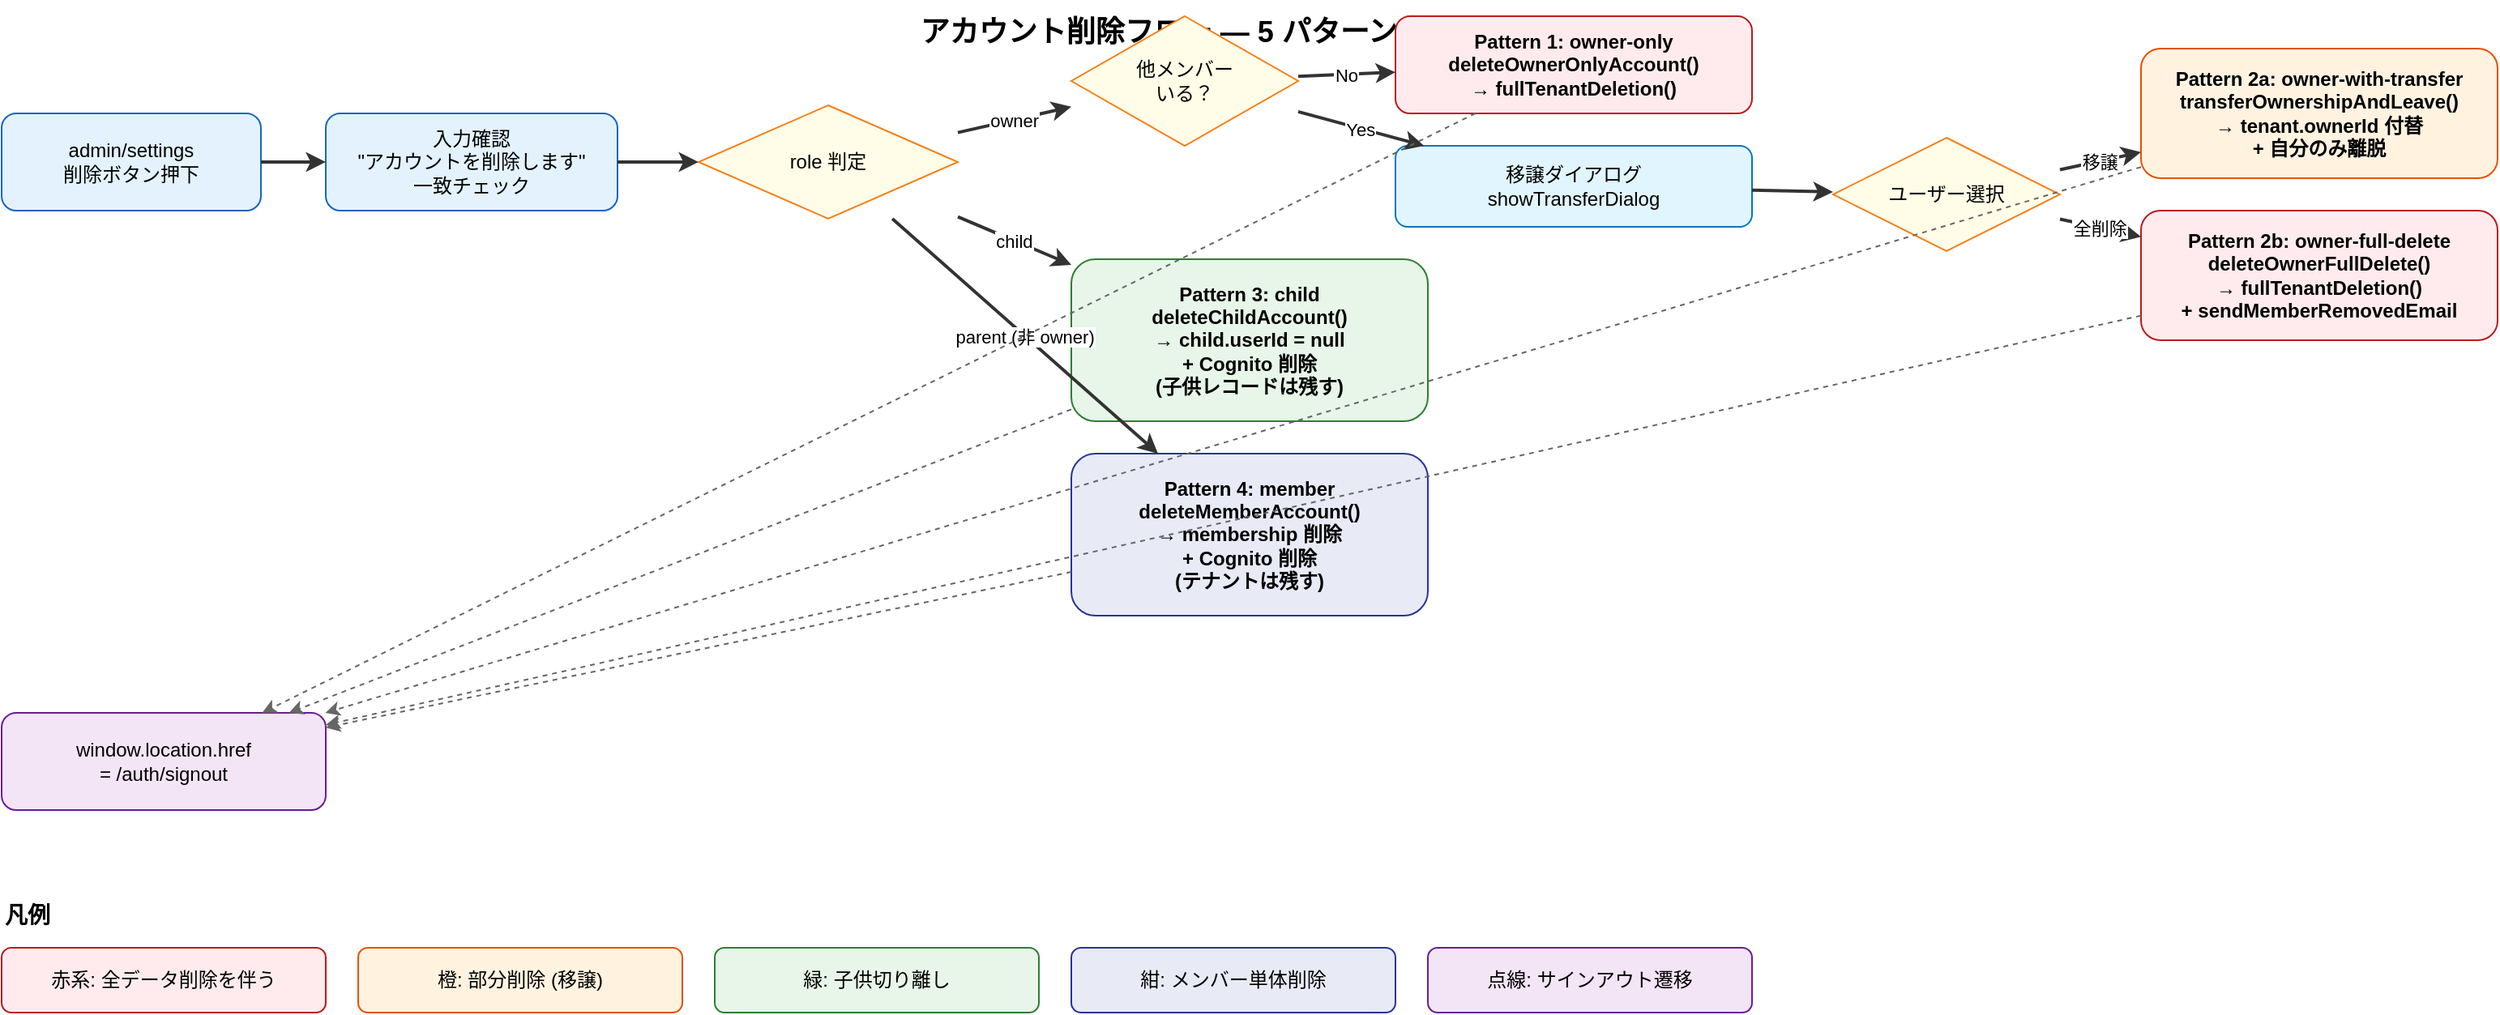
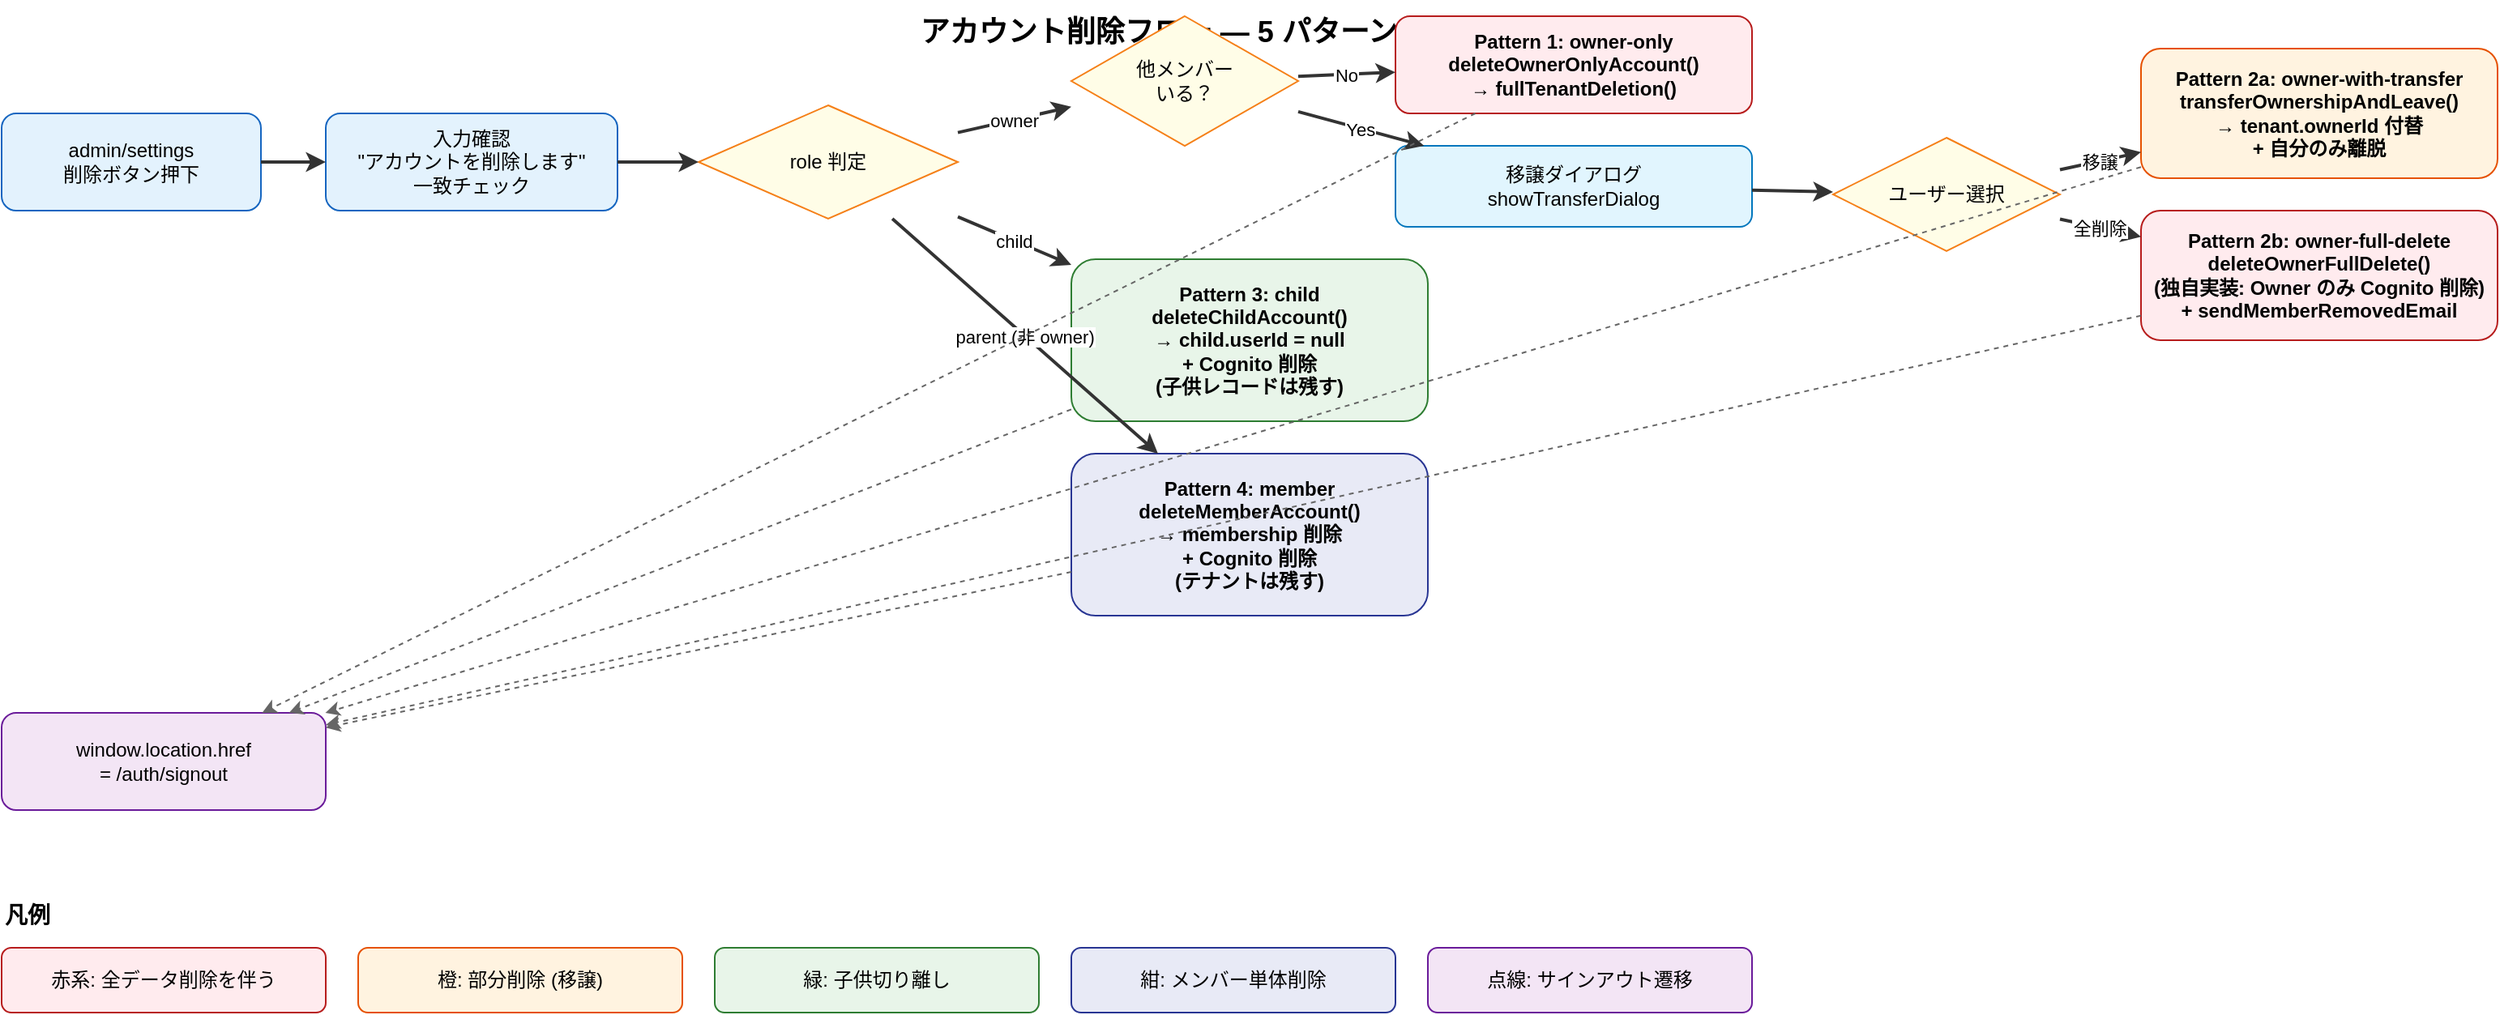
<mxfile host="app.diagrams.net" modified="2026-04-11" agent="Claude" version="24.0.0" type="device">
  <diagram id="patterns" name="1. Deletion Patterns">
    <mxGraphModel dx="1422" dy="900" grid="1" gridSize="10" guides="1" tooltips="1" connect="1" arrows="1" fold="1" page="1" pageScale="1" pageWidth="1600" pageHeight="1100" math="0" shadow="0">
      <root>
        <mxCell id="0" />
        <mxCell id="1" parent="0" />

        <mxCell id="title" value="アカウント削除フロー — 5 パターン分岐 (#746)" style="text;html=1;align=center;verticalAlign=middle;resizable=0;points=[];autosize=1;strokeColor=none;fillColor=none;fontSize=18;fontStyle=1;" vertex="1" parent="1">
          <mxGeometry x="450" y="10" width="700" height="40" as="geometry" />
        </mxCell>

        <!-- Entry: settings page -->
        <mxCell id="entry" value="admin/settings&#xa;削除ボタン押下" style="rounded=1;whiteSpace=wrap;html=1;fillColor=#E3F2FD;strokeColor=#1565C0;" vertex="1" parent="1">
          <mxGeometry x="40" y="80" width="160" height="60" as="geometry" />
        </mxCell>

        <mxCell id="confirm" value="入力確認&#xa;&quot;アカウントを削除します&quot;&#xa;一致チェック" style="rounded=1;whiteSpace=wrap;html=1;fillColor=#E3F2FD;strokeColor=#1565C0;" vertex="1" parent="1">
          <mxGeometry x="240" y="80" width="180" height="60" as="geometry" />
        </mxCell>

        <mxCell id="role" value="role 判定" style="shape=rhombus;whiteSpace=wrap;html=1;fillColor=#FFFDE7;strokeColor=#F57F17;" vertex="1" parent="1">
          <mxGeometry x="470" y="75" width="160" height="70" as="geometry" />
        </mxCell>

        <mxCell id="entry-e1" style="strokeColor=#333;strokeWidth=2;" edge="1" source="entry" target="confirm" parent="1"><mxGeometry relative="1" as="geometry" /></mxCell>
        <mxCell id="entry-e2" style="strokeColor=#333;strokeWidth=2;" edge="1" source="confirm" target="role" parent="1"><mxGeometry relative="1" as="geometry" /></mxCell>

        <!-- Owner branch -->
        <mxCell id="owner-only-check" value="他メンバー&#xa;いる？" style="shape=rhombus;whiteSpace=wrap;html=1;fillColor=#FFFDE7;strokeColor=#F57F17;" vertex="1" parent="1">
          <mxGeometry x="700" y="20" width="140" height="80" as="geometry" />
        </mxCell>

        <mxCell id="role-owner" value="owner" style="strokeColor=#333;strokeWidth=2;" edge="1" source="role" target="owner-only-check" parent="1"><mxGeometry relative="1" as="geometry" /></mxCell>

        <!-- Pattern 1: owner-only -->
        <mxCell id="p1" value="Pattern 1: owner-only&#xa;deleteOwnerOnlyAccount()&#xa;→ fullTenantDeletion()" style="rounded=1;whiteSpace=wrap;html=1;fillColor=#FFEBEE;strokeColor=#B71C1C;fontStyle=1;" vertex="1" parent="1">
          <mxGeometry x="900" y="20" width="220" height="60" as="geometry" />
        </mxCell>
        <mxCell id="p1-edge" value="No" style="strokeColor=#333;strokeWidth=2;" edge="1" source="owner-only-check" target="p1" parent="1"><mxGeometry relative="1" as="geometry" /></mxCell>

        <!-- Pattern 2: transfer dialog -->
        <mxCell id="dialog" value="移譲ダイアログ&#xa;showTransferDialog" style="rounded=1;whiteSpace=wrap;html=1;fillColor=#E1F5FE;strokeColor=#0277BD;" vertex="1" parent="1">
          <mxGeometry x="900" y="100" width="220" height="50" as="geometry" />
        </mxCell>
        <mxCell id="dialog-edge" value="Yes" style="strokeColor=#333;strokeWidth=2;" edge="1" source="owner-only-check" target="dialog" parent="1"><mxGeometry relative="1" as="geometry" /></mxCell>

        <mxCell id="choice" value="ユーザー選択" style="shape=rhombus;whiteSpace=wrap;html=1;fillColor=#FFFDE7;strokeColor=#F57F17;" vertex="1" parent="1">
          <mxGeometry x="1170" y="95" width="140" height="70" as="geometry" />
        </mxCell>
        <mxCell id="choice-edge" style="strokeColor=#333;strokeWidth=2;" edge="1" source="dialog" target="choice" parent="1"><mxGeometry relative="1" as="geometry" /></mxCell>

        <!-- Pattern 2a: transfer -->
        <mxCell id="p2a" value="Pattern 2a: owner-with-transfer&#xa;transferOwnershipAndLeave()&#xa;→ tenant.ownerId 付替&#xa;+ 自分のみ離脱" style="rounded=1;whiteSpace=wrap;html=1;fillColor=#FFF3E0;strokeColor=#E65100;fontStyle=1;" vertex="1" parent="1">
          <mxGeometry x="1360" y="40" width="220" height="80" as="geometry" />
        </mxCell>
        <mxCell id="p2a-edge" value="移譲" style="strokeColor=#333;strokeWidth=2;" edge="1" source="choice" target="p2a" parent="1"><mxGeometry relative="1" as="geometry" /></mxCell>

        <!-- Pattern 2b: full delete -->
-         <mxCell id="p2b" value="Pattern 2b: owner-full-delete&#xa;deleteOwnerFullDelete()&#xa;→ fullTenantDeletion()&#xa;+ sendMemberRemovedEmail" style="rounded=1;whiteSpace=wrap;html=1;fillColor=#FFEBEE;strokeColor=#B71C1C;fontStyle=1;" vertex="1" parent="1">
+         <mxCell id="p2b" value="Pattern 2b: owner-full-delete&#xa;deleteOwnerFullDelete()&#xa;(独自実装: Owner のみ Cognito 削除)&#xa;+ sendMemberRemovedEmail" style="rounded=1;whiteSpace=wrap;html=1;fillColor=#FFEBEE;strokeColor=#B71C1C;fontStyle=1;" vertex="1" parent="1">
          <mxGeometry x="1360" y="140" width="220" height="80" as="geometry" />
        </mxCell>
        <mxCell id="p2b-edge" value="全削除" style="strokeColor=#333;strokeWidth=2;" edge="1" source="choice" target="p2b" parent="1"><mxGeometry relative="1" as="geometry" /></mxCell>

        <!-- Pattern 3: child -->
        <mxCell id="p3" value="Pattern 3: child&#xa;deleteChildAccount()&#xa;→ child.userId = null&#xa;+ Cognito 削除&#xa;(子供レコードは残す)" style="rounded=1;whiteSpace=wrap;html=1;fillColor=#E8F5E9;strokeColor=#2E7D32;fontStyle=1;" vertex="1" parent="1">
          <mxGeometry x="700" y="170" width="220" height="100" as="geometry" />
        </mxCell>
        <mxCell id="p3-edge" value="child" style="strokeColor=#333;strokeWidth=2;" edge="1" source="role" target="p3" parent="1"><mxGeometry relative="1" as="geometry" /></mxCell>

        <!-- Pattern 4: member -->
        <mxCell id="p4" value="Pattern 4: member&#xa;deleteMemberAccount()&#xa;→ membership 削除&#xa;+ Cognito 削除&#xa;(テナントは残す)" style="rounded=1;whiteSpace=wrap;html=1;fillColor=#E8EAF6;strokeColor=#283593;fontStyle=1;" vertex="1" parent="1">
          <mxGeometry x="700" y="290" width="220" height="100" as="geometry" />
        </mxCell>
        <mxCell id="p4-edge" value="parent (非 owner)" style="strokeColor=#333;strokeWidth=2;" edge="1" source="role" target="p4" parent="1"><mxGeometry relative="1" as="geometry" /></mxCell>

        <!-- Common end -->
        <mxCell id="signout" value="window.location.href&#xa;= /auth/signout" style="rounded=1;whiteSpace=wrap;html=1;fillColor=#F3E5F5;strokeColor=#6A1B9A;" vertex="1" parent="1">
          <mxGeometry x="40" y="450" width="200" height="60" as="geometry" />
        </mxCell>

        <mxCell id="end1" style="strokeColor=#666;strokeWidth=1;dashed=1;" edge="1" source="p1" target="signout" parent="1"><mxGeometry relative="1" as="geometry" /></mxCell>
        <mxCell id="end2a" style="strokeColor=#666;strokeWidth=1;dashed=1;" edge="1" source="p2a" target="signout" parent="1"><mxGeometry relative="1" as="geometry" /></mxCell>
        <mxCell id="end2b" style="strokeColor=#666;strokeWidth=1;dashed=1;" edge="1" source="p2b" target="signout" parent="1"><mxGeometry relative="1" as="geometry" /></mxCell>
        <mxCell id="end3" style="strokeColor=#666;strokeWidth=1;dashed=1;" edge="1" source="p3" target="signout" parent="1"><mxGeometry relative="1" as="geometry" /></mxCell>
        <mxCell id="end4" style="strokeColor=#666;strokeWidth=1;dashed=1;" edge="1" source="p4" target="signout" parent="1"><mxGeometry relative="1" as="geometry" /></mxCell>

        <!-- Legend -->
        <mxCell id="legend-title" value="凡例" style="text;html=1;align=left;verticalAlign=middle;strokeColor=none;fillColor=none;fontSize=14;fontStyle=1;" vertex="1" parent="1">
          <mxGeometry x="40" y="560" width="100" height="30" as="geometry" />
        </mxCell>
        <mxCell id="leg1" value="赤系: 全データ削除を伴う" style="rounded=1;whiteSpace=wrap;html=1;fillColor=#FFEBEE;strokeColor=#B71C1C;" vertex="1" parent="1">
          <mxGeometry x="40" y="595" width="200" height="40" as="geometry" />
        </mxCell>
        <mxCell id="leg2" value="橙: 部分削除 (移譲)" style="rounded=1;whiteSpace=wrap;html=1;fillColor=#FFF3E0;strokeColor=#E65100;" vertex="1" parent="1">
          <mxGeometry x="260" y="595" width="200" height="40" as="geometry" />
        </mxCell>
        <mxCell id="leg3" value="緑: 子供切り離し" style="rounded=1;whiteSpace=wrap;html=1;fillColor=#E8F5E9;strokeColor=#2E7D32;" vertex="1" parent="1">
          <mxGeometry x="480" y="595" width="200" height="40" as="geometry" />
        </mxCell>
        <mxCell id="leg4" value="紺: メンバー単体削除" style="rounded=1;whiteSpace=wrap;html=1;fillColor=#E8EAF6;strokeColor=#283593;" vertex="1" parent="1">
          <mxGeometry x="700" y="595" width="200" height="40" as="geometry" />
        </mxCell>
        <mxCell id="leg5" value="点線: サインアウト遷移" style="rounded=1;whiteSpace=wrap;html=1;fillColor=#F3E5F5;strokeColor=#6A1B9A;" vertex="1" parent="1">
          <mxGeometry x="920" y="595" width="200" height="40" as="geometry" />
        </mxCell>
      </root>
    </mxGraphModel>
  </diagram>

  <diagram id="full-tenant-deletion" name="2. fullTenantDeletion Order">
    <mxGraphModel dx="1422" dy="900" grid="1" gridSize="10" guides="1" tooltips="1" connect="1" arrows="1" fold="1" page="1" pageScale="1" pageWidth="1169" pageHeight="827" math="0" shadow="0">
      <root>
        <mxCell id="0" />
        <mxCell id="1" parent="0" />

-         <mxCell id="title2" value="fullTenantDeletion 実行順序 (ADR-0022 / #741)" style="text;html=1;align=center;verticalAlign=middle;resizable=0;points=[];autosize=1;strokeColor=none;fillColor=none;fontSize=18;fontStyle=1;" vertex="1" parent="1">
+         <mxCell id="title2" value="fullTenantDeletion 実行順序 — Pattern 1 のみ (ADR-0022 / #741)" style="text;html=1;align=center;verticalAlign=middle;resizable=0;points=[];autosize=1;strokeColor=none;fillColor=none;fontSize=18;fontStyle=1;" vertex="1" parent="1">
          <mxGeometry x="280" y="10" width="600" height="40" as="geometry" />
        </mxCell>

        <mxCell id="note" value="重要: Stripe キャンセルが先。失敗したら throw して以降のステップは走らない。&#xa;逆順だと「課金は継続しているのにテナントが消滅して問い合わせ窓口を失う」事故になる。" style="text;html=1;align=left;verticalAlign=middle;strokeColor=#B71C1C;fillColor=#FFEBEE;fontSize=11;" vertex="1" parent="1">
          <mxGeometry x="40" y="60" width="1080" height="50" as="geometry" />
        </mxCell>

        <mxCell id="s0" value="0. cancelSubscription(tenantId)&#xa;Stripe Subscription キャンセル" style="rounded=1;whiteSpace=wrap;html=1;fillColor=#FFEBEE;strokeColor=#B71C1C;fontStyle=1;" vertex="1" parent="1">
          <mxGeometry x="40" y="140" width="240" height="60" as="geometry" />
        </mxCell>
        <mxCell id="s0-fail" value="失敗 → throw&#xa;DB は無傷" style="rounded=1;whiteSpace=wrap;html=1;fillColor=#FFFDE7;strokeColor=#F57F17;" vertex="1" parent="1">
          <mxGeometry x="320" y="145" width="160" height="50" as="geometry" />
        </mxCell>
        <mxCell id="s0-fail-edge" value="error" style="strokeColor=#B71C1C;strokeWidth=2;dashed=1;" edge="1" source="s0" target="s0-fail" parent="1"><mxGeometry relative="1" as="geometry" /></mxCell>

        <mxCell id="s1" value="1. S3 削除&#xa;tenants/{tenantId}/" style="rounded=1;whiteSpace=wrap;html=1;fillColor=#E3F2FD;strokeColor=#1565C0;" vertex="1" parent="1">
          <mxGeometry x="40" y="230" width="240" height="50" as="geometry" />
        </mxCell>
        <mxCell id="s1-edge" style="strokeColor=#333;strokeWidth=2;" edge="1" source="s0" target="s1" parent="1"><mxGeometry relative="1" as="geometry" /></mxCell>

        <mxCell id="s2" value="2. deleteTenantScopedData&#xa;activities / viewerTokens / cloudExports&#xa;/ pushSubscriptions / voice" style="rounded=1;whiteSpace=wrap;html=1;fillColor=#E3F2FD;strokeColor=#1565C0;" vertex="1" parent="1">
          <mxGeometry x="40" y="300" width="240" height="80" as="geometry" />
        </mxCell>
        <mxCell id="s2-edge" style="strokeColor=#333;strokeWidth=2;" edge="1" source="s1" target="s2" parent="1"><mxGeometry relative="1" as="geometry" /></mxCell>

        <mxCell id="s3" value="3. deleteAllChildrenData" style="rounded=1;whiteSpace=wrap;html=1;fillColor=#E3F2FD;strokeColor=#1565C0;" vertex="1" parent="1">
          <mxGeometry x="40" y="400" width="240" height="50" as="geometry" />
        </mxCell>
        <mxCell id="s3-edge" style="strokeColor=#333;strokeWidth=2;" edge="1" source="s2" target="s3" parent="1"><mxGeometry relative="1" as="geometry" /></mxCell>

        <mxCell id="s4" value="4. members の Cognito 削除&#xa;+ DB ユーザー削除 (auth.deleteUser)" style="rounded=1;whiteSpace=wrap;html=1;fillColor=#FFF3E0;strokeColor=#E65100;" vertex="1" parent="1">
          <mxGeometry x="40" y="470" width="240" height="60" as="geometry" />
        </mxCell>
        <mxCell id="s4-edge" style="strokeColor=#333;strokeWidth=2;" edge="1" source="s3" target="s4" parent="1"><mxGeometry relative="1" as="geometry" /></mxCell>

        <mxCell id="s5" value="5. deleteAllMemberships" style="rounded=1;whiteSpace=wrap;html=1;fillColor=#E3F2FD;strokeColor=#1565C0;" vertex="1" parent="1">
          <mxGeometry x="40" y="550" width="240" height="50" as="geometry" />
        </mxCell>
        <mxCell id="s5-edge" style="strokeColor=#333;strokeWidth=2;" edge="1" source="s4" target="s5" parent="1"><mxGeometry relative="1" as="geometry" /></mxCell>

        <mxCell id="s6" value="6. revokeAndDeleteAllInvites" style="rounded=1;whiteSpace=wrap;html=1;fillColor=#E3F2FD;strokeColor=#1565C0;" vertex="1" parent="1">
          <mxGeometry x="40" y="620" width="240" height="50" as="geometry" />
        </mxCell>
        <mxCell id="s6-edge" style="strokeColor=#333;strokeWidth=2;" edge="1" source="s5" target="s6" parent="1"><mxGeometry relative="1" as="geometry" /></mxCell>

        <mxCell id="s7" value="7. deleteTenant" style="rounded=1;whiteSpace=wrap;html=1;fillColor=#E3F2FD;strokeColor=#1565C0;" vertex="1" parent="1">
          <mxGeometry x="40" y="690" width="240" height="50" as="geometry" />
        </mxCell>
        <mxCell id="s7-edge" style="strokeColor=#333;strokeWidth=2;" edge="1" source="s6" target="s7" parent="1"><mxGeometry relative="1" as="geometry" /></mxCell>

        <mxCell id="s8" value="8. notifyDeletionComplete (Discord)&#xa;失敗は無視" style="rounded=1;whiteSpace=wrap;html=1;fillColor=#E8F5E9;strokeColor=#2E7D32;" vertex="1" parent="1">
          <mxGeometry x="320" y="690" width="240" height="50" as="geometry" />
        </mxCell>
        <mxCell id="s8-edge" style="strokeColor=#333;strokeWidth=2;dashed=1;" edge="1" source="s7" target="s8" parent="1"><mxGeometry relative="1" as="geometry" /></mxCell>

-         <mxCell id="s9" value="9. (Pattern 2b のみ)&#xa;sendMemberRemovedEmail&#xa;事前収集したメール宛 / 失敗は無視" style="rounded=1;whiteSpace=wrap;html=1;fillColor=#E8F5E9;strokeColor=#2E7D32;" vertex="1" parent="1">
-           <mxGeometry x="600" y="685" width="280" height="65" as="geometry" />
+         <mxCell id="note4" value="補足: Pattern 2b (deleteOwnerFullDelete) は fullTenantDeletion を呼ばず独自実装。&#xa;主な違い: (a) Owner の Cognito のみ削除（他メンバーの Cognito は残す）&#xa;(b) 全削除成功後に sendMemberRemovedEmail を事前収集アドレス宛に送信（失敗は無視）。" style="text;html=1;align=left;verticalAlign=middle;strokeColor=#B71C1C;fillColor=#FFEBEE;fontSize=11;" vertex="1" parent="1">
+           <mxGeometry x="600" y="680" width="500" height="70" as="geometry" />
        </mxCell>
-         <mxCell id="s9-edge" style="strokeColor=#333;strokeWidth=2;dashed=1;" edge="1" source="s8" target="s9" parent="1"><mxGeometry relative="1" as="geometry" /></mxCell>

        <!-- Side note about deleteAllChildrenData differences -->
        <mxCell id="note2" value="補足: Pattern 3 (deleteChildAccount) は本フローを通らない。&#xa;child.userId = null + 自分の Cognito + 自分の DB ユーザーのみ削除し、&#xa;子供レコード本体・活動履歴・実績は保持する (再ログイン用に切り離すだけ)。" style="text;html=1;align=left;verticalAlign=middle;strokeColor=#2E7D32;fillColor=#E8F5E9;fontSize=11;" vertex="1" parent="1">
          <mxGeometry x="320" y="140" width="800" height="60" as="geometry" />
        </mxCell>

        <mxCell id="note3" value="補足: Pattern 4 (deleteMemberAccount) も本フローを通らない。&#xa;自分の membership + 自分の Cognito + 自分の DB ユーザーのみ削除し、&#xa;テナント本体は無傷 (Stripe 課金もそのまま継続)。" style="text;html=1;align=left;verticalAlign=middle;strokeColor=#283593;fillColor=#E8EAF6;fontSize=11;" vertex="1" parent="1">
          <mxGeometry x="320" y="220" width="800" height="60" as="geometry" />
        </mxCell>
      </root>
    </mxGraphModel>
  </diagram>
</mxfile>
